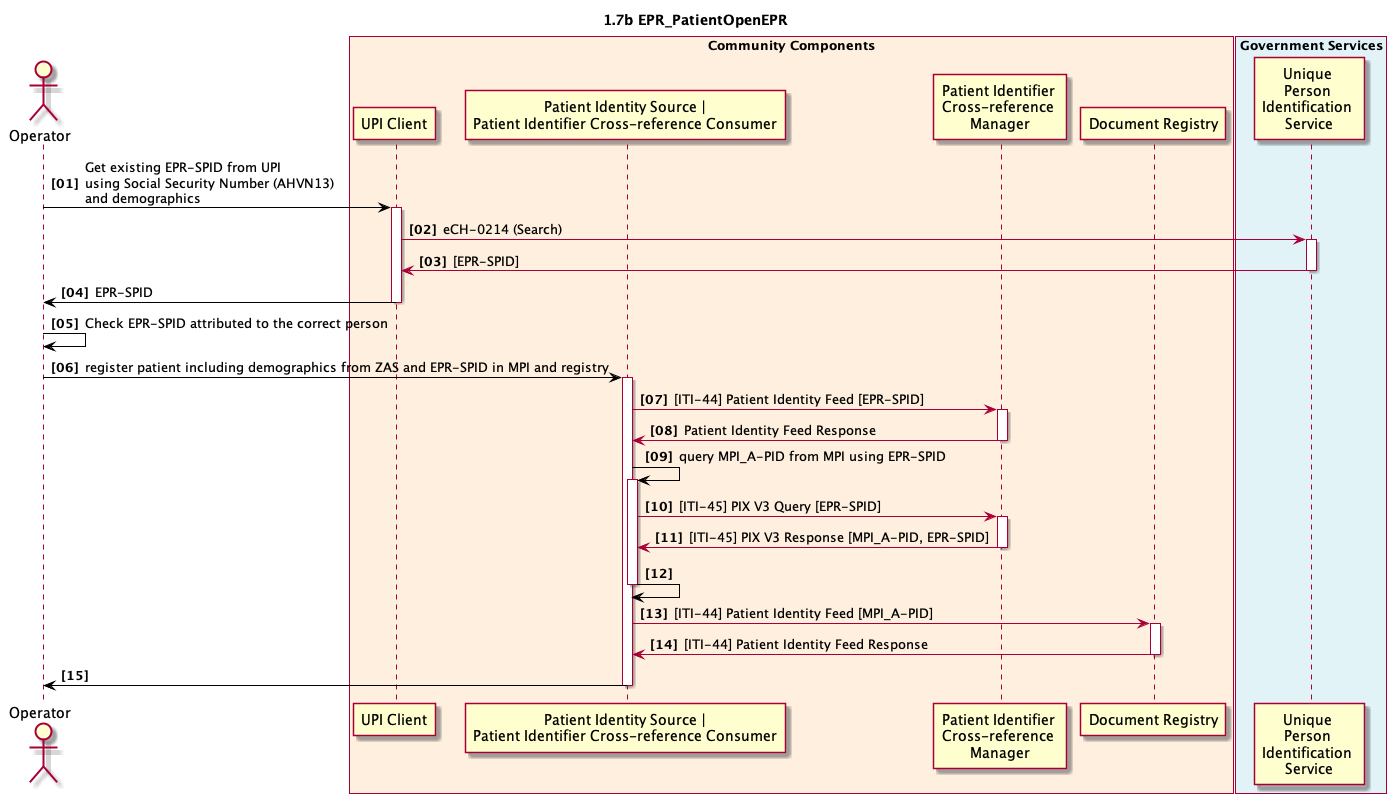
The PlantUML diagram 1_07b_EPR_PatientOpenEPR.plantuml.png in ahdis/ch-epr-seqdiag, before a commit.
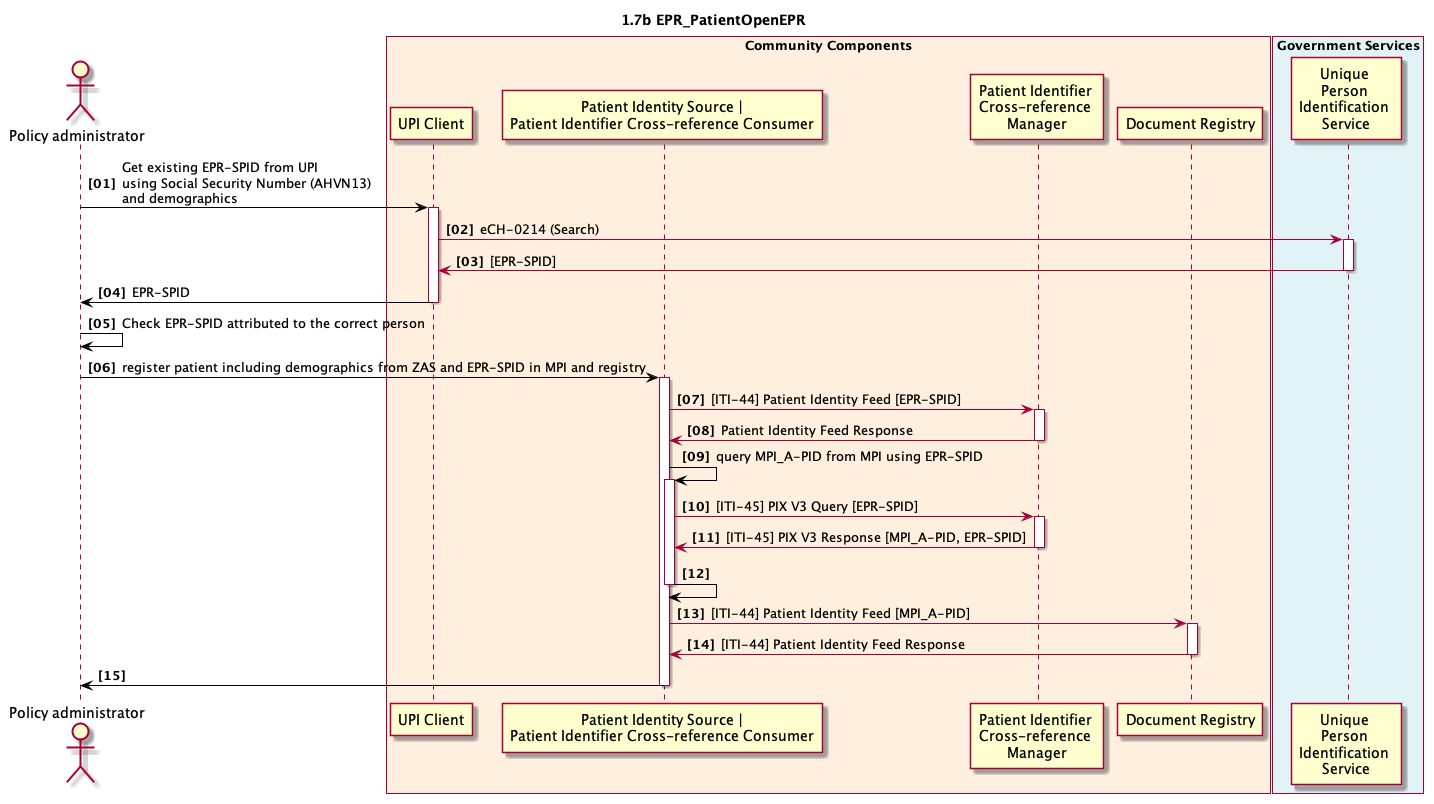
The same diagram one commit later.

Change to the diagram source:
```diff
@@ -3,7 +3,7 @@
 autonumber 1 1 "<b>[00]"
 title 1.7b EPR_PatientOpenEPR
 
-actor admin as "Operator"
+actor admin as "Policy administrator"
 
 box "Community Components" #FFEFDE
 	participant cc_upi_client as "UPI Client"
```
